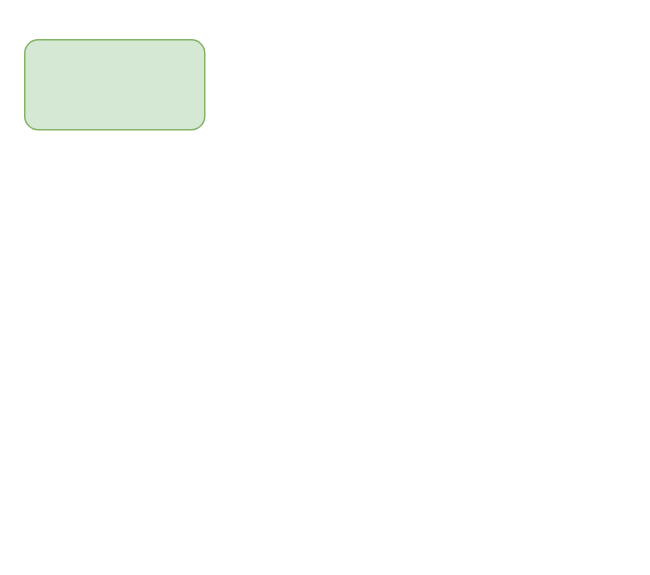
The draw.io diagram paper/figures/a.drawio in XuelinHu/cross_residual_gnn, before the edit. Source tidied: cells renumbered, new cells numbered last; positions are measured from the earlier drawing's top-left corner, leaving out a move shared by most shapes. Both pictures are drawn from the tidied source at 150%, with x=0, y=0 at pixel (24, 39).
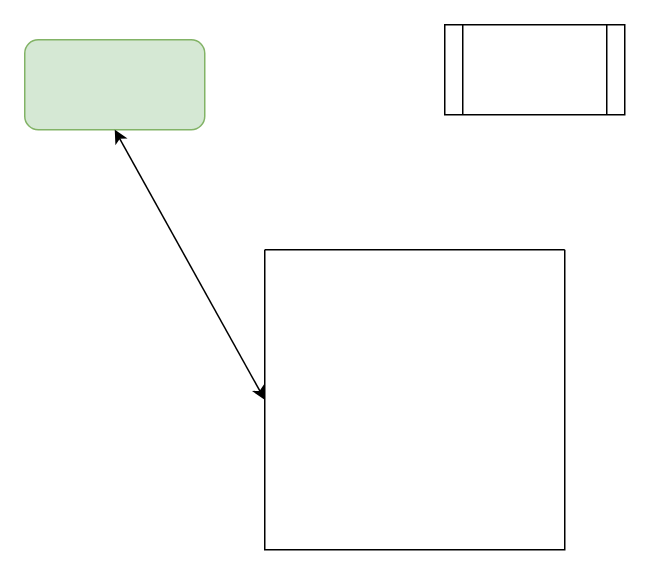
The same page after the edit.

The edit, as a diff of the source:
```diff
@@
 <mxGraphModel>
   <root>
     <mxCell id="0" />
     <mxCell id="1" parent="0" />
     <mxCell id="2" style="rounded=1;whiteSpace=wrap;html=1;fillColor=#d5e8d4;strokeColor=#82b366;" parent="1" vertex="1">
       <mxGeometry width="120" height="60" as="geometry" />
     </mxCell>
+    <mxCell id="3" style="shape=process;whiteSpace=wrap;html=1;backgroundOutline=1;" parent="1" vertex="1">
+      <mxGeometry x="280" y="-10" width="120" height="60" as="geometry" />
+    </mxCell>
+    <mxCell id="4" style="swimlane;startSize=0;" parent="1" vertex="1">
+      <mxGeometry x="160" y="140" width="200" height="200" as="geometry" />
+    </mxCell>
+    <mxCell id="5" style="endArrow=classic;startArrow=classic;html=1;exitX=0.5;exitY=1;exitDx=0;exitDy=0;entryX=0;entryY=0.5;entryDx=0;entryDy=0;" parent="1" edge="1" source="2" target="4">
+      <mxGeometry relative="1" as="geometry" />
+    </mxCell>
   </root>
 </mxGraphModel>
```
